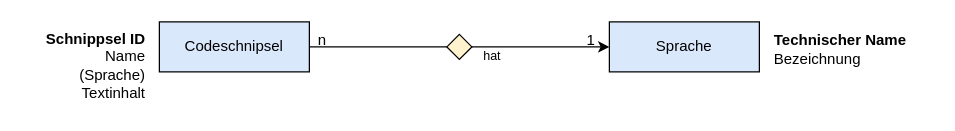
Before: 3 REST-Webservices/Aufgaben/Wastebin/datenmodell.drawio in DennisSchulmeister/dhbwka-wwi-vertsys-2024-quellcodes, a draw.io diagram. Source tidied: cells renumbered, new cells numbered last; positions are measured from the earlier drawing's top-left corner, leaving out a move shared by most shapes. Both pictures are drawn from the tidied source at 125%, with x=0, y=0 at pixel (21, 21).
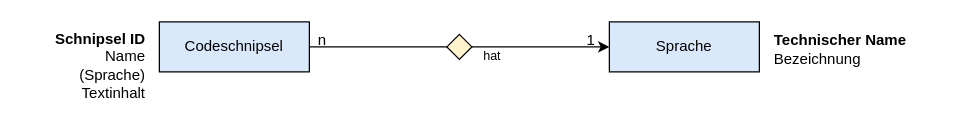
After the change.

Commit message (it also covers changes not shown here):
Wastebin: NOCH ein Tippfehler im Datenmodell :-)

What changed in the source:
```diff
@@
 <mxGraphModel>
   <root>
     <mxCell id="0" />
     <mxCell id="1" parent="0" />
     <mxCell id="2" value="Sprache" style="rounded=0;whiteSpace=wrap;html=1;fillColor=#dae8fc;strokeColor=#000000;" parent="1" vertex="1">
       <mxGeometry x="470" width="120" height="40" as="geometry" />
     </mxCell>
     <mxCell id="3" value="&lt;div&gt;&lt;b&gt;Technischer Name&lt;/b&gt;&lt;/div&gt;&lt;div&gt;Bezeichnung&lt;br&gt;&lt;/div&gt;" style="text;html=1;align=left;verticalAlign=middle;strokeColor=none;fillColor=none;" parent="1" vertex="1">
       <mxGeometry x="600" y="2" width="130" height="40" as="geometry" />
     </mxCell>
     <mxCell id="4" style="edgeStyle=orthogonalEdgeStyle;rounded=0;jettySize=auto;html=1;exitX=1;exitY=0.5;exitDx=0;exitDy=0;entryX=0;entryY=0.5;entryDx=0;entryDy=0;endArrow=none;endFill=0;" parent="1" edge="1" source="5" target="8">
       <mxGeometry relative="1" as="geometry" />
     </mxCell>
     <mxCell id="5" value="Codeschnipsel" style="rounded=0;whiteSpace=wrap;html=1;fillColor=#dae8fc;strokeColor=#000000;" parent="1" vertex="1">
       <mxGeometry x="110" width="120" height="40" as="geometry" />
     </mxCell>
-    <mxCell id="6" value="&lt;div&gt;&lt;b&gt;Schnippsel ID&lt;/b&gt;&lt;/div&gt;&lt;div&gt;Name&lt;/div&gt;&lt;div&gt;(Sprache)&lt;/div&gt;&lt;div&gt;Textinhalt&lt;br&gt;&lt;/div&gt;" style="text;html=1;align=right;verticalAlign=middle;strokeColor=none;fillColor=none;" parent="1" vertex="1">
+    <mxCell id="6" value="&lt;div&gt;&lt;b&gt;Schnipsel ID&lt;/b&gt;&lt;/div&gt;&lt;div&gt;Name&lt;/div&gt;&lt;div&gt;(Sprache)&lt;/div&gt;&lt;div&gt;Textinhalt&lt;br&gt;&lt;/div&gt;" style="text;html=1;align=right;verticalAlign=middle;strokeColor=none;fillColor=none;" parent="1" vertex="1">
       <mxGeometry width="100" height="70" as="geometry" />
     </mxCell>
     <mxCell id="7" style="edgeStyle=orthogonalEdgeStyle;rounded=0;jettySize=auto;html=1;exitX=1;exitY=0.5;exitDx=0;exitDy=0;entryX=0;entryY=0.5;entryDx=0;entryDy=0;" parent="1" edge="1" source="8" target="2">
       <mxGeometry relative="1" as="geometry" />
     </mxCell>
     <mxCell id="8" style="rhombus;whiteSpace=wrap;html=1;fillColor=#fff2cc;strokeColor=#000000;" parent="1" vertex="1">
       <mxGeometry x="340" y="10" width="20" height="20" as="geometry" />
     </mxCell>
     <mxCell id="9" value="n" style="text;html=1;align=center;verticalAlign=middle;strokeColor=none;fillColor=none;" parent="1" vertex="1">
       <mxGeometry x="225" width="30" height="30" as="geometry" />
     </mxCell>
     <mxCell id="10" value="1" style="text;html=1;align=center;verticalAlign=middle;strokeColor=none;fillColor=none;" parent="1" vertex="1">
       <mxGeometry x="440" width="30" height="30" as="geometry" />
     </mxCell>
     <mxCell id="11" value="hat" style="text;html=1;align=center;verticalAlign=middle;strokeColor=none;fillColor=none;fontSize=10;" parent="1" vertex="1">
       <mxGeometry x="356" y="12" width="40" height="30" as="geometry" />
     </mxCell>
   </root>
 </mxGraphModel>
```
